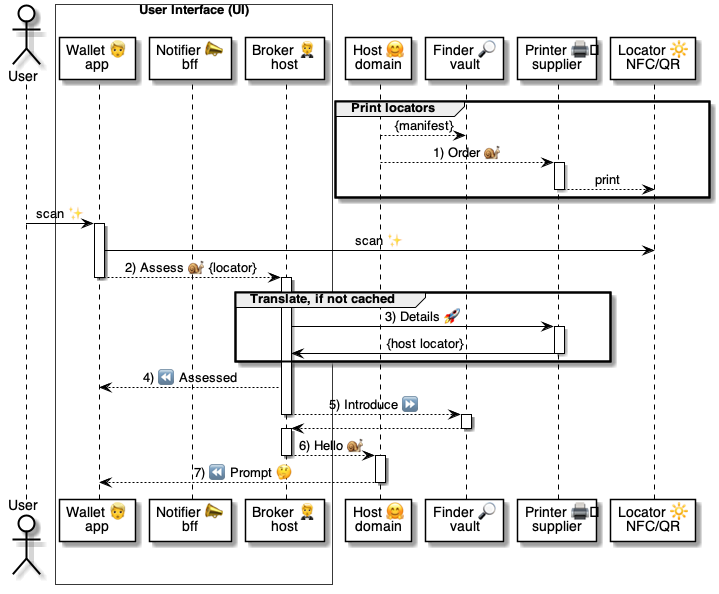
This is 5 ⏩ Flows/90 🧑‍🦰👉 Wallets/15 👉🔆 Locators/.📎 Assets/⚙️ Printer QR.png from pollyweb-org/pollyweb-docs, a PlantUML export, as it was before one commit. Its source is kept beside it as 5 ⏩ Flows/90 🧑‍🦰👉 Wallets/15 👉🔆 Locators/.📎 Assets/⚙️ Printer QR.puml. Source of this version:
```plantuml
@startuml 👉 Printer NFC-QR check-in

actor User as user

box "User Interface (UI)"  #FFFFFF
  participant "Wallet 👱\napp" as wallet
  participant "Notifier 📣\nbff" as notifier
  participant "Broker 🤵\nhost" as broker
end box

participant "Host 🤗\ndomain" as host
participant "Finder 🔎\nvault" as finder
participant "Printer 🖨️\nsupplier" as printer
participant "Locator 🔆\nNFC/QR" as qr


group Print locators

    host --> finder: {manifest}
    host --> printer: 1) Order 🐌

    activate printer
      printer --> qr: print
    deactivate printer

end group


user -> wallet: scan ✨

activate wallet
  wallet -> qr: scan ✨
  wallet --> broker: 2) Assess 🐌 {locator}
deactivate wallet


activate broker

    group Translate, if not cached

        broker -> printer: 3) Details 🚀

        activate printer
            printer -> broker: {host locator}
        deactivate printer

    end group


        broker --> wallet: 4) ⏪ Assessed

        broker --> finder: 5) Introduce ⏩
        deactivate broker

        activate finder
          finder --> broker
        deactivate finder

        activate broker


    broker --> host: 6) Hello 🐌

deactivate broker


activate host
    host --> wallet: 7) ⏪ Prompt 🤔
deactivate host


@enduml
```
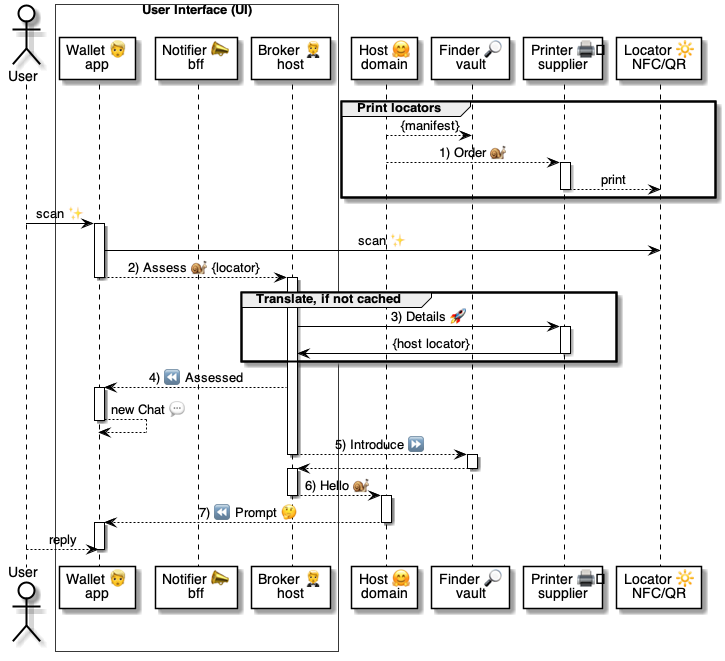
Above is the later version.

The edit, as a diff of the source:
```diff
@@ -48,6 +48,9 @@
 
 
         broker --> wallet: 4) ⏪ Assessed
+        activate wallet
+            wallet --> wallet: new Chat 💬
+        deactivate wallet
 
         broker --> finder: 5) Introduce ⏩
         deactivate broker
@@ -68,5 +71,8 @@
     host --> wallet: 7) ⏪ Prompt 🤔
 deactivate host
 
+activate wallet
+    user --> wallet: reply
+deactivate wallet
 
 @enduml
```
